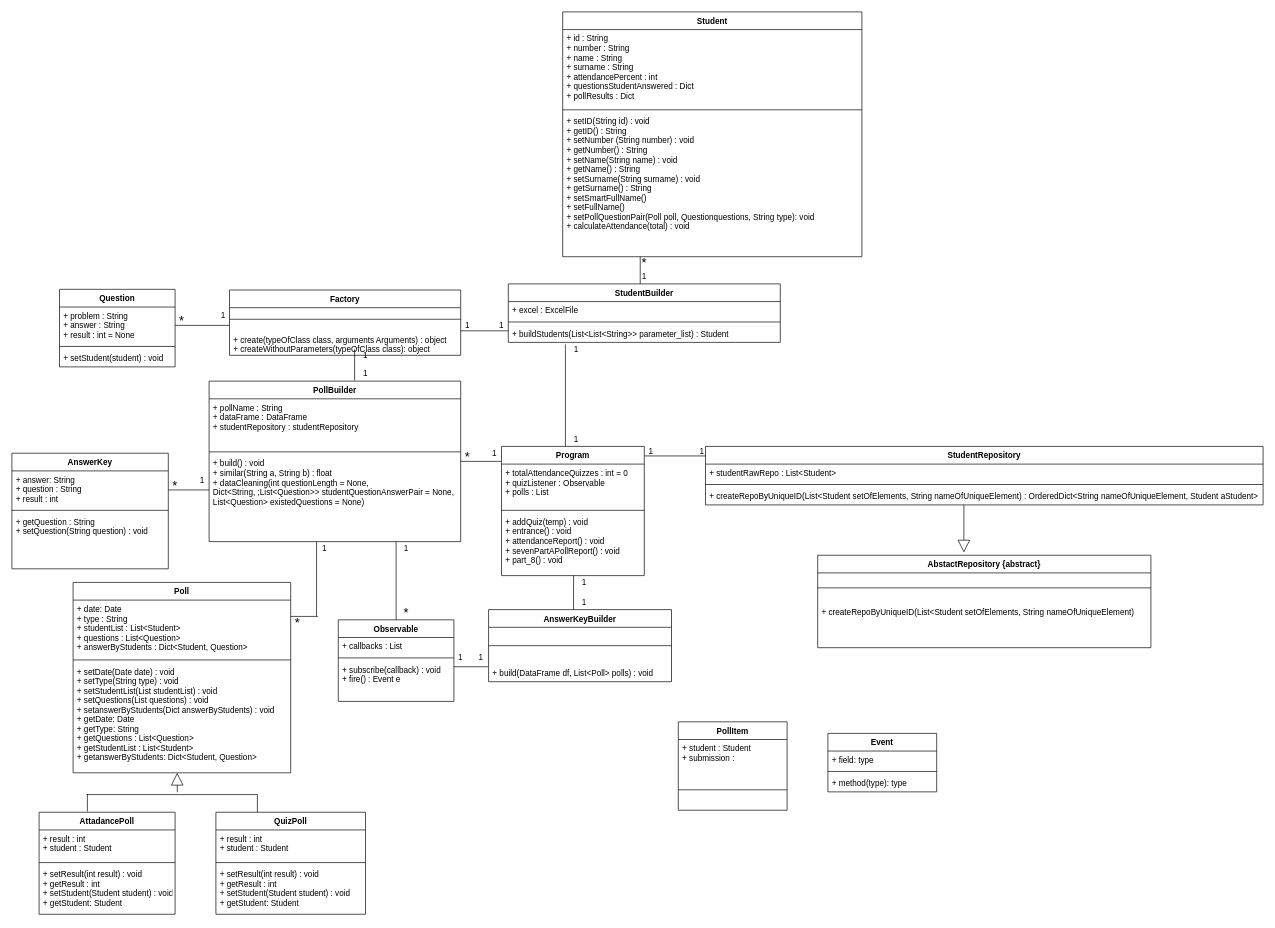
This is PythonProject/iteration1/DCD.drawio from alperdokay/CSE3063F20P1_GRP20, a draw.io file, before an edit. Source tidied: cells renumbered, new cells numbered last; positions are measured from the earlier drawing's top-left corner, leaving out a move shared by most shapes. Both pictures are drawn from the tidied source at 68%, with x=0, y=0 at pixel (12, 12).
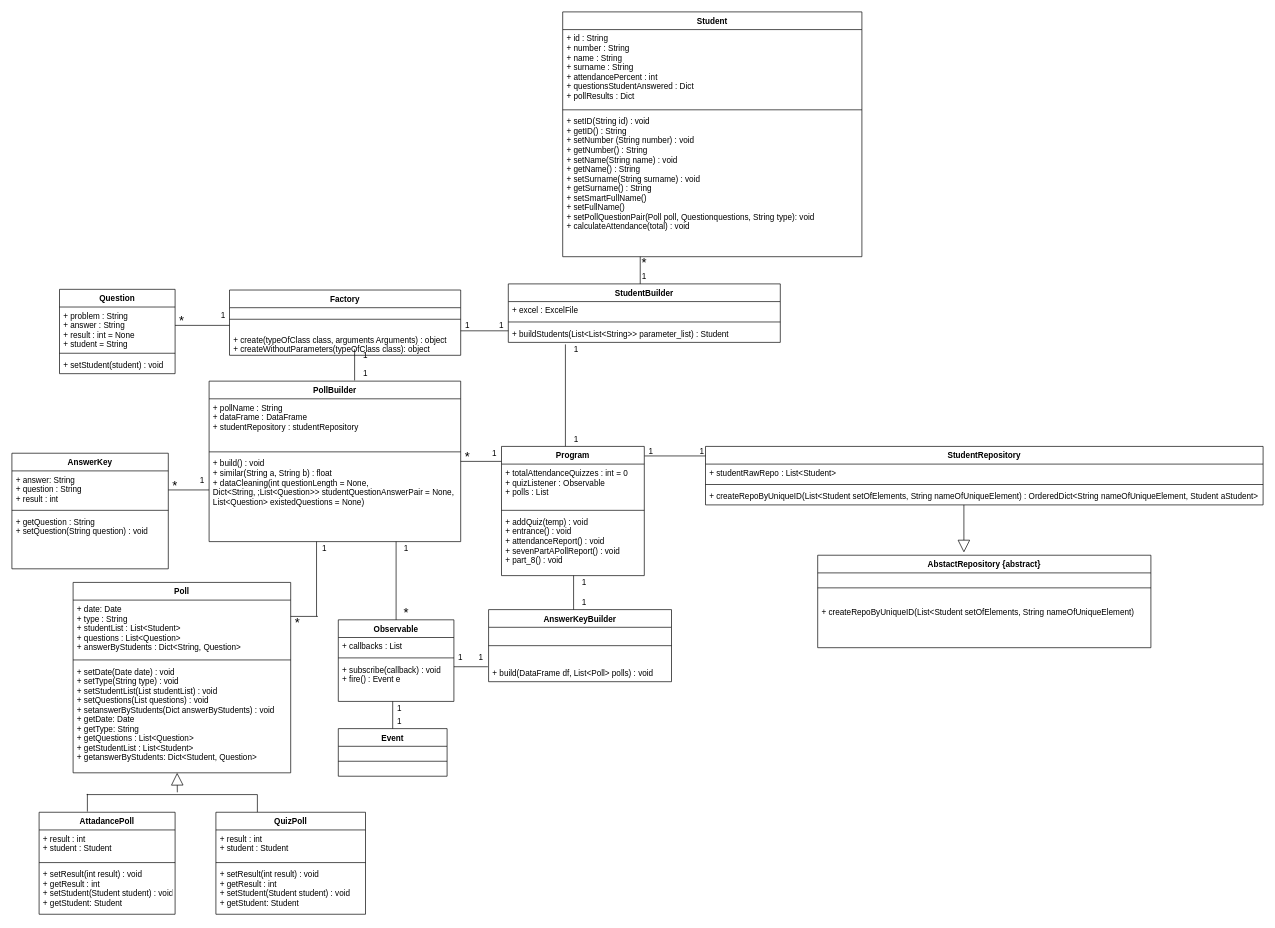
The same page after the edit.

The change refers to these unchanged cells:
```xml
<mxCell id="13" value="Poll" style="swimlane;fontStyle=1;align=center;verticalAlign=top;horizontal=1;startSize=26;" parent="1" vertex="1">
  <mxGeometry x="90" y="839" width="320" height="280" as="geometry" />
</mxCell>
```

What changed in the source:
```diff
@@
-    <mxCell id="14" value="+ date: Date&#10;+ type : String&#10;+ studentList : List&lt;Student&gt;&#10;+ questions : List&lt;Question&gt;&#10;+ answerByStudents : Dict&lt;Student, Question&gt;" style="text;strokeColor=none;fillColor=none;align=left;verticalAlign=top;spacingLeft=4;spacingRight=4;overflow=hidden;" parent="13" vertex="1">
+    <mxCell id="14" value="+ date: Date&#10;+ type : String&#10;+ studentList : List&lt;Student&gt;&#10;+ questions : List&lt;Question&gt;&#10;+ answerByStudents : Dict&lt;String, Question&gt;" style="text;strokeColor=none;fillColor=none;align=left;verticalAlign=top;spacingLeft=4;spacingRight=4;overflow=hidden;" parent="13" vertex="1">
       <mxGeometry y="26" width="320" height="84" as="geometry" />
     </mxCell>
@@
     <mxCell id="72" value="Question" style="swimlane;fontStyle=1;align=center;verticalAlign=top;horizontal=1;startSize=26;" parent="1" vertex="1">
-      <mxGeometry x="70" y="408" width="170" height="114" as="geometry" />
+      <mxGeometry x="70" y="408" width="170" height="124" as="geometry" />
     </mxCell>
-    <mxCell id="73" value="+ problem : String&#10;+ answer : String&#10;+ result : int = None" style="text;strokeColor=none;fillColor=none;align=left;verticalAlign=top;spacingLeft=4;spacingRight=4;overflow=hidden;" parent="72" vertex="1">
-      <mxGeometry y="26" width="170" height="54" as="geometry" />
+    <mxCell id="73" value="+ problem : String&#10;+ answer : String&#10;+ result : int = None&#10;+ student = String" style="text;strokeColor=none;fillColor=none;align=left;verticalAlign=top;spacingLeft=4;spacingRight=4;overflow=hidden;" parent="72" vertex="1">
+      <mxGeometry y="26" width="170" height="64" as="geometry" />
     </mxCell>
     <mxCell id="74" style="line;strokeWidth=1;fillColor=none;align=left;verticalAlign=middle;spacingTop=-1;spacingLeft=3;spacingRight=3;labelPosition=right;" parent="72" vertex="1">
-      <mxGeometry y="80" width="170" height="8" as="geometry" />
+      <mxGeometry y="90" width="170" height="8" as="geometry" />
     </mxCell>
     <mxCell id="75" value="+ setStudent(student) : void" style="text;strokeColor=none;fillColor=none;align=left;verticalAlign=top;spacingLeft=4;spacingRight=4;overflow=hidden;" parent="72" vertex="1">
-      <mxGeometry y="88" width="170" height="26" as="geometry" />
+      <mxGeometry y="98" width="170" height="26" as="geometry" />
     </mxCell>
-    <mxCell id="76" value="PollItem" style="swimlane;fontStyle=1;align=center;verticalAlign=top;horizontal=1;startSize=26;" parent="1" vertex="1">
-      <mxGeometry x="980" y="1044" width="160" height="130" as="geometry" />
-    </mxCell>
-    <mxCell id="77" value="+ student : Student&#10;+ submission : " style="text;strokeColor=none;fillColor=none;align=left;verticalAlign=top;spacingLeft=4;spacingRight=4;overflow=hidden;" parent="76" vertex="1">
-      <mxGeometry y="26" width="160" height="44" as="geometry" />
-    </mxCell>
-    <mxCell id="78" style="line;strokeWidth=1;fillColor=none;align=left;verticalAlign=middle;spacingTop=-1;spacingLeft=3;spacingRight=3;labelPosition=right;" parent="76" vertex="1">
-      <mxGeometry y="70" width="160" height="60" as="geometry" />
-    </mxCell>
@@
     <mxCell id="83" value="Event" style="swimlane;fontStyle=1;align=center;verticalAlign=top;horizontal=1;startSize=26;" parent="1" vertex="1">
-      <mxGeometry x="1200" y="1061" width="160" height="86" as="geometry" />
+      <mxGeometry x="480" y="1054" width="160" height="70" as="geometry" />
     </mxCell>
-    <mxCell id="84" value="+ field: type" style="text;strokeColor=none;fillColor=none;align=left;verticalAlign=top;spacingLeft=4;spacingRight=4;overflow=hidden;" parent="83" vertex="1">
-      <mxGeometry y="26" width="160" height="26" as="geometry" />
-    </mxCell>
     <mxCell id="85" style="line;strokeWidth=1;fillColor=none;align=left;verticalAlign=middle;spacingTop=-1;spacingLeft=3;spacingRight=3;labelPosition=right;" parent="83" vertex="1">
-      <mxGeometry y="52" width="160" height="8" as="geometry" />
+      <mxGeometry y="26" width="160" height="44" as="geometry" />
     </mxCell>
-    <mxCell id="86" value="+ method(type): type" style="text;strokeColor=none;fillColor=none;align=left;verticalAlign=top;spacingLeft=4;spacingRight=4;overflow=hidden;" parent="83" vertex="1">
-      <mxGeometry y="60" width="160" height="26" as="geometry" />
-    </mxCell>
@@
+    <mxCell id="104" style="line;strokeWidth=1;fillColor=none;align=left;verticalAlign=middle;spacingTop=-1;spacingLeft=3;spacingRight=3;labelPosition=right;direction=south;" parent="1" vertex="1">
+      <mxGeometry x="556" y="1014" width="8" height="40" as="geometry" />
+    </mxCell>
+    <mxCell id="105" value="1" style="text;html=1;strokeColor=none;fillColor=none;align=center;verticalAlign=middle;whiteSpace=wrap;rounded=0;" parent="1" vertex="1">
+      <mxGeometry x="550" y="1014" width="40" height="20" as="geometry" />
+    </mxCell>
+    <mxCell id="106" value="1" style="text;html=1;strokeColor=none;fillColor=none;align=center;verticalAlign=middle;whiteSpace=wrap;rounded=0;" parent="1" vertex="1">
+      <mxGeometry x="550" y="1034" width="40" height="20" as="geometry" />
+    </mxCell>
```
